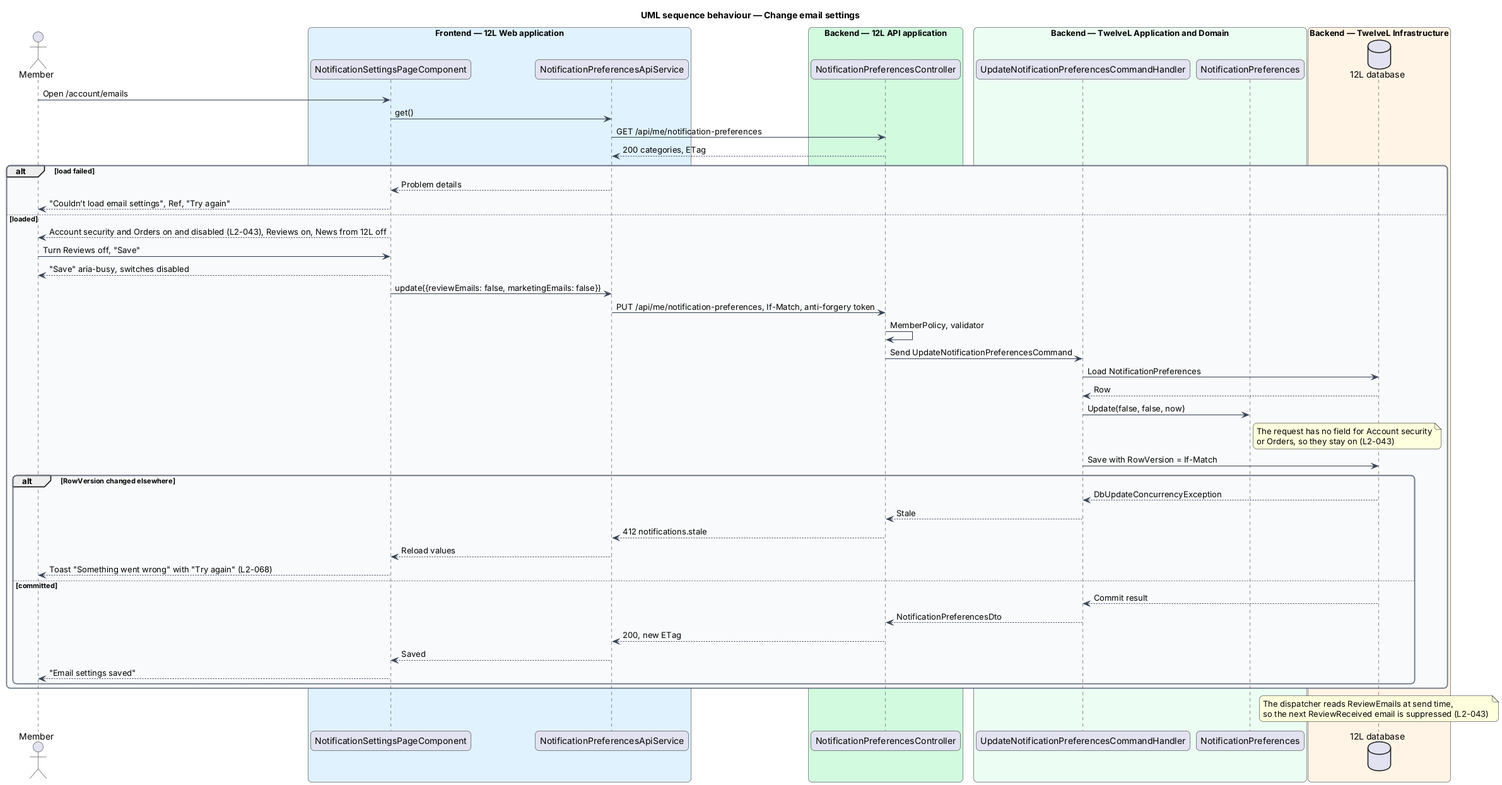
This is docs/detailed-designs/notifications/manage-notification-preferences/diagrams/sequence-update-preferences.png from QuinntyneBrown/12l, a PlantUML export, as it was before one commit.
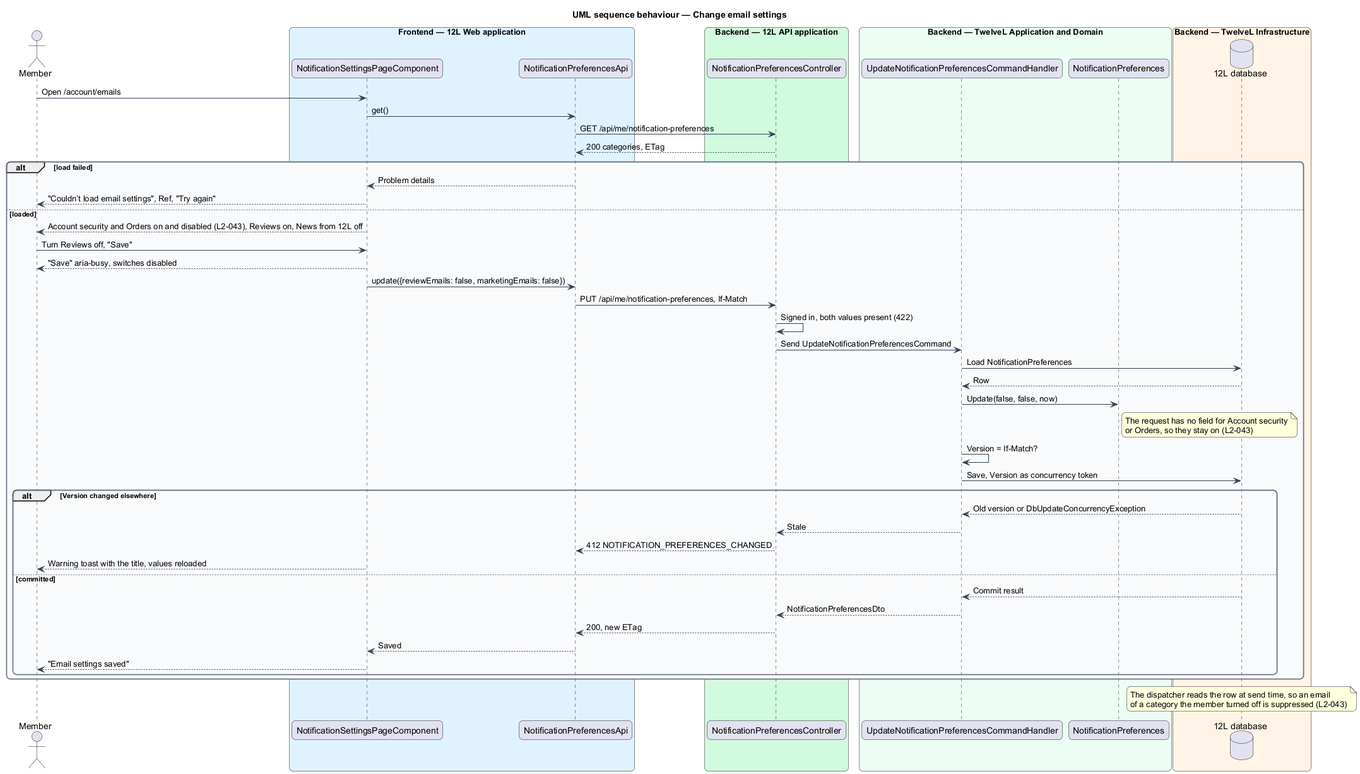
After the change.

The edit, as a diff of the source:
```diff
@@ -17,7 +17,7 @@
 actor "Member" as actor
 box "Frontend — 12L Web application" #E0F2FE
   participant "NotificationSettingsPageComponent" as page
-  participant "NotificationPreferencesApiService" as client
+  participant "NotificationPreferencesApi" as client
 end box
 box "Backend — 12L API application" #D1FADF
   participant "NotificationPreferencesController" as controller
@@ -41,8 +41,8 @@
   actor -> page : Turn Reviews off, "Save"
   page --> actor : "Save" aria-busy, switches disabled
   page -> client : update({reviewEmails: false, marketingEmails: false})
-  client -> controller : PUT /api/me/notification-preferences, If-Match, anti-forgery token
-  controller -> controller : MemberPolicy, validator
+  client -> controller : PUT /api/me/notification-preferences, If-Match
+  controller -> controller : Signed in, both values present (422)
   controller -> handler : Send UpdateNotificationPreferencesCommand
   handler -> db : Load NotificationPreferences
   db --> handler : Row
@@ -51,13 +51,13 @@
     The request has no field for Account security
     or Orders, so they stay on (L2-043)
   end note
-  handler -> db : Save with RowVersion = If-Match
-  alt RowVersion changed elsewhere
-    db --> handler : DbUpdateConcurrencyException
+  handler -> handler : Version = If-Match?
+  handler -> db : Save, Version as concurrency token
+  alt Version changed elsewhere
+    db --> handler : Old version or DbUpdateConcurrencyException
     handler --> controller : Stale
-    controller --> client : 412 notifications.stale
-    client --> page : Reload values
-    page --> actor : Toast "Something went wrong" with "Try again" (L2-068)
+    controller --> client : 412 NOTIFICATION_PREFERENCES_CHANGED
+    page --> actor : Warning toast with the title, values reloaded
   else committed
     db --> handler : Commit result
     handler --> controller : NotificationPreferencesDto
@@ -67,7 +67,7 @@
   end
 end
 note over db
-  The dispatcher reads ReviewEmails at send time,
-  so the next ReviewReceived email is suppressed (L2-043)
+  The dispatcher reads the row at send time, so an email
+  of a category the member turned off is suppressed (L2-043)
 end note
 @enduml
```
